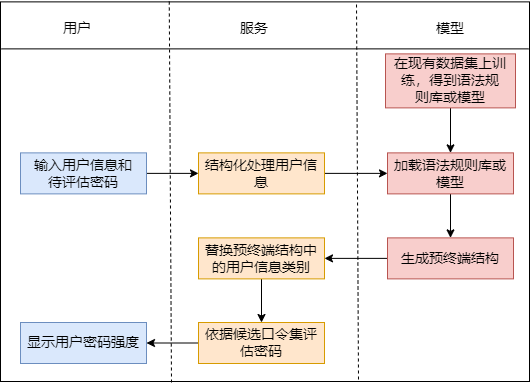
This is fun1.drawio.png from lakomi/pictures, a draw.io export, as it was before one commit. Source tidied: cells renumbered, new cells last; positions are measured from the earlier drawing's top-left corner, leaving out a move shared by most shapes.
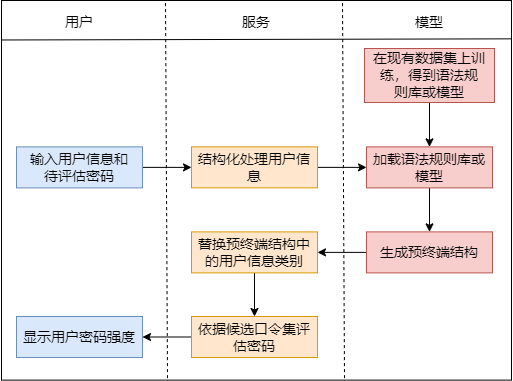
Later version of the same file.

What changed in the source:
```diff
@@ -3,13 +3,13 @@
     <mxCell id="0" />
     <mxCell id="1" parent="0" />
     <mxCell id="2" style="rounded=0;whiteSpace=wrap;html=1;fontSize=14;" parent="1" vertex="1">
-      <mxGeometry y="0.4" width="529" height="379.6" as="geometry" />
+      <mxGeometry x="8" y="5" width="510" height="379.6" as="geometry" />
     </mxCell>
     <mxCell id="3" style="rounded=0;jettySize=auto;html=1;exitX=1;exitY=0.5;exitDx=0;exitDy=0;entryX=0;entryY=0.5;entryDx=0;entryDy=0;fontSize=14;" parent="1" edge="1" source="4" target="6">
       <mxGeometry relative="1" as="geometry" />
     </mxCell>
     <mxCell id="4" value="输入用户信息和&lt;br style=&quot;font-size: 14px;&quot;&gt;待评估密码" style="rounded=0;whiteSpace=wrap;html=1;fontSize=14;fillColor=#dae8fc;strokeColor=#6c8ebf;" parent="1" vertex="1">
-      <mxGeometry x="20" y="151.4" width="126" height="41" as="geometry" />
+      <mxGeometry x="23" y="151.4" width="126" height="41" as="geometry" />
     </mxCell>
     <mxCell id="5" style="edgeStyle=none;rounded=0;jettySize=auto;html=1;exitX=1;exitY=0.5;exitDx=0;exitDy=0;entryX=0;entryY=0.5;entryDx=0;entryDy=0;fontSize=14;" parent="1" edge="1" source="6" target="8">
       <mxGeometry relative="1" as="geometry" />
@@ -21,13 +21,13 @@
       <mxGeometry relative="1" as="geometry" />
     </mxCell>
     <mxCell id="8" value="加载语法规则库或模型" style="rounded=0;whiteSpace=wrap;html=1;fontSize=14;fillColor=#f8cecc;strokeColor=#b85450;" parent="1" vertex="1">
-      <mxGeometry x="387" y="151.4" width="126" height="41" as="geometry" />
+      <mxGeometry x="373" y="151.4" width="126" height="41" as="geometry" />
     </mxCell>
     <mxCell id="9" style="edgeStyle=none;rounded=0;jettySize=auto;html=1;exitX=0;exitY=0.5;exitDx=0;exitDy=0;entryX=1;entryY=0.5;entryDx=0;entryDy=0;fontSize=14;" parent="1" edge="1" source="10" target="12">
       <mxGeometry relative="1" as="geometry" />
     </mxCell>
     <mxCell id="10" value="生成预终端结构" style="rounded=0;whiteSpace=wrap;html=1;fontSize=14;fillColor=#f8cecc;strokeColor=#b85450;" parent="1" vertex="1">
-      <mxGeometry x="387" y="236.4" width="126" height="41" as="geometry" />
+      <mxGeometry x="373" y="236.4" width="126" height="41" as="geometry" />
     </mxCell>
     <mxCell id="11" style="edgeStyle=none;rounded=0;jettySize=auto;html=1;exitX=0.5;exitY=1;exitDx=0;exitDy=0;fontSize=14;" parent="1" edge="1" source="12" target="14">
       <mxGeometry relative="1" as="geometry" />
@@ -42,39 +42,37 @@
       <mxGeometry x="198" y="321" width="126" height="41" as="geometry" />
     </mxCell>
     <mxCell id="15" value="显示用户密码强度" style="rounded=0;whiteSpace=wrap;html=1;fontSize=14;fillColor=#dae8fc;strokeColor=#6c8ebf;" parent="1" vertex="1">
-      <mxGeometry x="20" y="321" width="126" height="41" as="geometry" />
+      <mxGeometry x="23" y="321" width="126" height="41" as="geometry" />
     </mxCell>
     <mxCell id="16" style="edgeStyle=none;rounded=0;jettySize=auto;html=1;exitX=0.5;exitY=1;exitDx=0;exitDy=0;entryX=0.5;entryY=0;entryDx=0;entryDy=0;fontSize=14;" parent="1" edge="1" source="17" target="8">
       <mxGeometry relative="1" as="geometry" />
     </mxCell>
     <mxCell id="17" value="在现有数据集上训练，得到语法规&lt;br&gt;则库或模型" style="rounded=0;whiteSpace=wrap;html=1;fontSize=14;fillColor=#f8cecc;strokeColor=#b85450;" parent="1" vertex="1">
-      <mxGeometry x="385" y="52.4" width="130" height="54" as="geometry" />
+      <mxGeometry x="371" y="53" width="130" height="54" as="geometry" />
     </mxCell>
-    <mxCell id="18" style="endArrow=none;html=1;rounded=0;fontSize=14;" parent="1" edge="1">
-      <mxGeometry relative="1" as="geometry">
-        <mxPoint x="1" y="47.4" as="sourcePoint" />
-        <mxPoint x="528" y="47.4" as="targetPoint" />
-      </mxGeometry>
+    <mxCell id="18" style="endArrow=none;html=1;rounded=0;fontSize=14;entryX=1;entryY=0.101;entryDx=0;entryDy=0;entryPerimeter=0;exitX=-0.001;exitY=0.104;exitDx=0;exitDy=0;exitPerimeter=0;" parent="1" edge="1" source="2" target="2">
+      <mxGeometry relative="1" as="geometry" />
     </mxCell>
-    <mxCell id="19" style="endArrow=none;dashed=1;html=1;rounded=0;entryX=0.319;entryY=-0.003;entryDx=0;entryDy=0;entryPerimeter=0;fontSize=14;" parent="1" edge="1" target="2">
-      <mxGeometry relative="1" as="geometry">
-        <mxPoint x="171" y="381" as="sourcePoint" />
-      </mxGeometry>
-    </mxCell>
     <mxCell id="20" style="endArrow=none;dashed=1;html=1;rounded=0;fontSize=14;" parent="1" edge="1">
       <mxGeometry relative="1" as="geometry">
-        <mxPoint x="358" y="378" as="sourcePoint" />
-        <mxPoint x="356" y="0.4" as="targetPoint" />
+        <mxPoint x="351" y="382.6" as="sourcePoint" />
+        <mxPoint x="349" y="5" as="targetPoint" />
       </mxGeometry>
     </mxCell>
     <mxCell id="21" value="用户" style="text;html=1;strokeColor=none;fillColor=none;align=center;verticalAlign=middle;whiteSpace=wrap;rounded=0;fontSize=14;" parent="1" vertex="1">
-      <mxGeometry x="47" y="12.4" width="60" height="30" as="geometry" />
+      <mxGeometry x="56" y="12.4" width="60" height="30" as="geometry" />
     </mxCell>
     <mxCell id="22" value="服务" style="text;html=1;strokeColor=none;fillColor=none;align=center;verticalAlign=middle;whiteSpace=wrap;rounded=0;fontSize=14;" parent="1" vertex="1">
-      <mxGeometry x="224" y="12.4" width="60" height="30" as="geometry" />
+      <mxGeometry x="233" y="12.4" width="60" height="30" as="geometry" />
     </mxCell>
     <mxCell id="23" value="模型" style="text;html=1;strokeColor=none;fillColor=none;align=center;verticalAlign=middle;whiteSpace=wrap;rounded=0;fontSize=14;" parent="1" vertex="1">
-      <mxGeometry x="420" y="12.4" width="60" height="30" as="geometry" />
+      <mxGeometry x="406" y="12.4" width="60" height="30" as="geometry" />
     </mxCell>
+    <mxCell id="24" style="endArrow=none;dashed=1;html=1;rounded=0;fontSize=14;" parent="1" edge="1">
+      <mxGeometry relative="1" as="geometry">
+        <mxPoint x="174" y="382.6" as="sourcePoint" />
+        <mxPoint x="172" y="5" as="targetPoint" />
+      </mxGeometry>
+    </mxCell>
   </root>
 </mxGraphModel>
```
